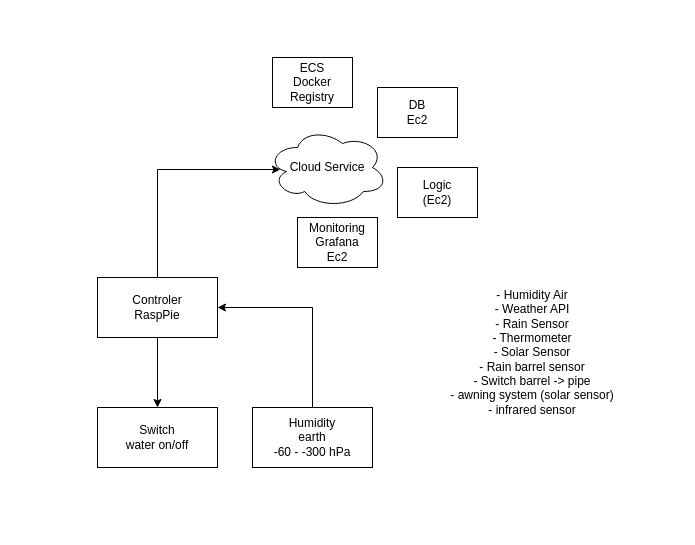
codeOfJannik/cloud-iot-plant-watering keeps this draw.io diagram as Concept.drawio. Above is the earlier version. Source tidied: cells renumbered, new cells numbered last; positions are measured from the earlier drawing's top-left corner, leaving out a move shared by most shapes. Both pictures are drawn from the tidied source at 100%, with x=0, y=0 at pixel (97, 57).
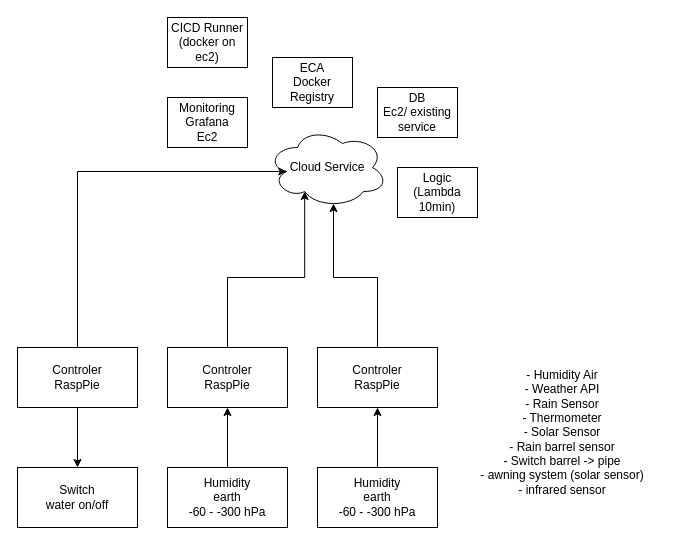
Above is the later version.

Commit message:
updated based on meeting may-12

The change refers to these unchanged cells:
```xml
<mxCell id="8" value="Cloud Service" style="ellipse;shape=cloud;whiteSpace=wrap;html=1;" parent="1" vertex="1">
  <mxGeometry x="170" y="70" width="120" height="80" as="geometry" />
</mxCell>
```

Diff of the diagram source:
```diff
@@
-    <mxCell id="2" style="edgeStyle=orthogonalEdgeStyle;rounded=0;jettySize=auto;html=1;exitX=0.5;exitY=0;exitDx=0;exitDy=0;entryX=1;entryY=0.5;entryDx=0;entryDy=0;" parent="1" edge="1" source="3" target="7">
-      <mxGeometry relative="1" as="geometry" />
-    </mxCell>
-    <mxCell id="3" value="Humidity&lt;br&gt;earth&lt;br&gt;-60 - -300 hPa" style="rounded=0;whiteSpace=wrap;html=1;" parent="1" vertex="1">
-      <mxGeometry x="155" y="350" width="120" height="60" as="geometry" />
-    </mxCell>
-    <mxCell id="4" value="Switch&lt;br&gt;water on/off" style="rounded=0;whiteSpace=wrap;html=1;" parent="1" vertex="1">
-      <mxGeometry y="350" width="120" height="60" as="geometry" />
-    </mxCell>
-    <mxCell id="5" style="edgeStyle=orthogonalEdgeStyle;rounded=0;jettySize=auto;html=1;exitX=0.5;exitY=1;exitDx=0;exitDy=0;entryX=0.5;entryY=0;entryDx=0;entryDy=0;" parent="1" edge="1" source="7" target="4">
-      <mxGeometry relative="1" as="geometry" />
-    </mxCell>
-    <mxCell id="6" style="edgeStyle=orthogonalEdgeStyle;rounded=0;jettySize=auto;html=1;exitX=0.5;exitY=0;exitDx=0;exitDy=0;entryX=0.108;entryY=0.525;entryDx=0;entryDy=0;entryPerimeter=0;" parent="1" edge="1" source="7" target="8">
-      <mxGeometry relative="1" as="geometry">
-        <Array as="points">
-          <mxPoint x="60" y="112" />
-        </Array>
-      </mxGeometry>
-    </mxCell>
-    <mxCell id="7" value="Controler&lt;br&gt;RaspPie" style="rounded=0;whiteSpace=wrap;html=1;" parent="1" vertex="1">
-      <mxGeometry y="220" width="120" height="60" as="geometry" />
-    </mxCell>
@@
     <mxCell id="9" value="- Humidity Air&lt;br&gt;- Weather API&lt;br&gt;- Rain Sensor&lt;br&gt;- Thermometer&lt;br&gt;- Solar Sensor&lt;br&gt;- Rain barrel sensor&lt;br&gt;- Switch barrel -&amp;gt; pipe&lt;br&gt;- awning system (solar sensor)&lt;br&gt;- infrared sensor" style="text;html=1;strokeColor=none;fillColor=none;align=center;verticalAlign=middle;whiteSpace=wrap;rounded=0;" parent="1" vertex="1">
-      <mxGeometry x="320" y="210" width="230" height="170" as="geometry" />
+      <mxGeometry x="350" y="290" width="230" height="170" as="geometry" />
     </mxCell>
-    <mxCell id="10" value="DB&lt;br&gt;Ec2" style="rounded=0;whiteSpace=wrap;html=1;" parent="1" vertex="1">
+    <mxCell id="10" value="DB&lt;br&gt;Ec2/ existing service" style="rounded=0;whiteSpace=wrap;html=1;" parent="1" vertex="1">
       <mxGeometry x="280" y="30" width="80" height="50" as="geometry" />
     </mxCell>
     <mxCell id="11" value="Monitoring&lt;br&gt;Grafana&lt;br&gt;Ec2" style="rounded=0;whiteSpace=wrap;html=1;" parent="1" vertex="1">
-      <mxGeometry x="200" y="160" width="80" height="50" as="geometry" />
+      <mxGeometry x="70" y="40" width="80" height="50" as="geometry" />
     </mxCell>
-    <mxCell id="12" value="Logic&lt;br&gt;(Ec2)" style="rounded=0;whiteSpace=wrap;html=1;" parent="1" vertex="1">
+    <mxCell id="12" value="Logic&lt;br&gt;(Lambda 10min)" style="rounded=0;whiteSpace=wrap;html=1;" parent="1" vertex="1">
       <mxGeometry x="300" y="110" width="80" height="50" as="geometry" />
     </mxCell>
-    <mxCell id="13" value="ECS&lt;br&gt;Docker Registry" style="rounded=0;whiteSpace=wrap;html=1;" parent="1" vertex="1">
+    <mxCell id="13" value="ECA&lt;br&gt;Docker Registry" style="rounded=0;whiteSpace=wrap;html=1;" parent="1" vertex="1">
       <mxGeometry x="175" width="80" height="50" as="geometry" />
     </mxCell>
+    <mxCell id="14" style="edgeStyle=orthogonalEdgeStyle;rounded=0;jettySize=auto;html=1;exitX=0.5;exitY=0;exitDx=0;exitDy=0;entryX=0.16;entryY=0.55;entryDx=0;entryDy=0;entryPerimeter=0;" parent="1" edge="1" source="17" target="8">
+      <mxGeometry relative="1" as="geometry">
+        <Array as="points">
+          <mxPoint x="-20" y="114" />
+        </Array>
+      </mxGeometry>
+    </mxCell>
+    <mxCell id="15" style="group;" parent="1" vertex="1">
+      <mxGeometry x="-80" y="290" width="120" height="180" as="geometry" />
+    </mxCell>
+    <mxCell id="4" value="Switch&lt;br&gt;water on/off" style="rounded=0;whiteSpace=wrap;html=1;" parent="15" vertex="1">
+      <mxGeometry y="120" width="120" height="60" as="geometry" />
+    </mxCell>
+    <mxCell id="16" style="edgeStyle=orthogonalEdgeStyle;rounded=0;jettySize=auto;html=1;exitX=0.5;exitY=1;exitDx=0;exitDy=0;entryX=0.5;entryY=0;entryDx=0;entryDy=0;" parent="15" edge="1" source="17" target="4">
+      <mxGeometry relative="1" as="geometry" />
+    </mxCell>
+    <mxCell id="17" value="Controler&lt;br&gt;RaspPie" style="rounded=0;whiteSpace=wrap;html=1;" parent="15" vertex="1">
+      <mxGeometry width="120" height="60" as="geometry" />
+    </mxCell>
+    <mxCell id="18" style="group;" parent="1" vertex="1">
+      <mxGeometry x="70" y="290" width="120" height="180" as="geometry" />
+    </mxCell>
+    <mxCell id="3" value="Humidity&lt;br&gt;earth&lt;br&gt;-60 - -300 hPa" style="rounded=0;whiteSpace=wrap;html=1;" parent="18" vertex="1">
+      <mxGeometry y="120" width="120" height="60" as="geometry" />
+    </mxCell>
+    <mxCell id="7" value="Controler&lt;br&gt;RaspPie" style="rounded=0;whiteSpace=wrap;html=1;" parent="18" vertex="1">
+      <mxGeometry width="120" height="60" as="geometry" />
+    </mxCell>
+    <mxCell id="2" style="edgeStyle=orthogonalEdgeStyle;rounded=0;jettySize=auto;html=1;exitX=0.5;exitY=0;exitDx=0;exitDy=0;" parent="18" edge="1" source="3" target="7">
+      <mxGeometry relative="1" as="geometry" />
+    </mxCell>
+    <mxCell id="19" style="group;" parent="1" vertex="1">
+      <mxGeometry x="220" y="290" width="120" height="180" as="geometry" />
+    </mxCell>
+    <mxCell id="20" value="Humidity&lt;br&gt;earth&lt;br&gt;-60 - -300 hPa" style="rounded=0;whiteSpace=wrap;html=1;" parent="19" vertex="1">
+      <mxGeometry y="120" width="120" height="60" as="geometry" />
+    </mxCell>
+    <mxCell id="21" value="Controler&lt;br&gt;RaspPie" style="rounded=0;whiteSpace=wrap;html=1;" parent="19" vertex="1">
+      <mxGeometry width="120" height="60" as="geometry" />
+    </mxCell>
+    <mxCell id="22" style="edgeStyle=orthogonalEdgeStyle;rounded=0;jettySize=auto;html=1;exitX=0.5;exitY=0;exitDx=0;exitDy=0;" parent="19" edge="1" source="20" target="21">
+      <mxGeometry relative="1" as="geometry" />
+    </mxCell>
+    <mxCell id="6" style="edgeStyle=orthogonalEdgeStyle;rounded=0;jettySize=auto;html=1;exitX=0.5;exitY=0;exitDx=0;exitDy=0;entryX=0.31;entryY=0.8;entryDx=0;entryDy=0;entryPerimeter=0;" parent="1" edge="1" source="7" target="8">
+      <mxGeometry relative="1" as="geometry" />
+    </mxCell>
+    <mxCell id="23" style="edgeStyle=orthogonalEdgeStyle;rounded=0;jettySize=auto;html=1;exitX=0.5;exitY=0;exitDx=0;exitDy=0;entryX=0.55;entryY=0.95;entryDx=0;entryDy=0;entryPerimeter=0;" parent="1" edge="1" source="21" target="8">
+      <mxGeometry relative="1" as="geometry" />
+    </mxCell>
+    <mxCell id="24" value="CICD Runner (docker on ec2)" style="rounded=0;whiteSpace=wrap;html=1;" parent="1" vertex="1">
+      <mxGeometry x="70" y="-40" width="80" height="50" as="geometry" />
+    </mxCell>
```
